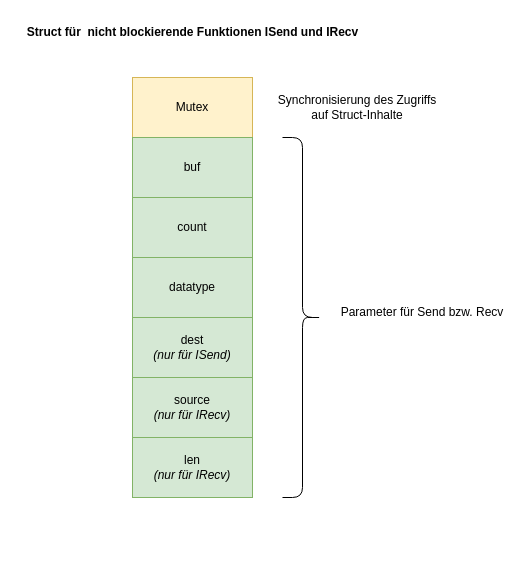
Earlier version of the draw.io diagram docs/Struct_ISend_IRecv.drawio (Thomas12141/Betriebssysteme_Praktikum). Source tidied: cells renumbered, new cells numbered last; positions are measured from the earlier drawing's top-left corner, leaving out a move shared by most shapes. Both pictures are drawn from the tidied source at 100%, with x=0, y=0 at pixel (17, 17).
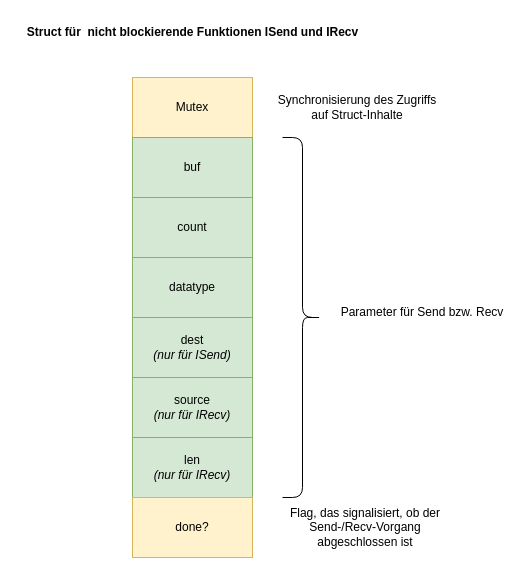
After the change.

Commit message (it also covers changes not shown here):
Update documentation for ISend-/IRecv-Struct

What changed in the source:
```diff
@@
 <mxGraphModel>
   <root>
     <mxCell id="0" />
     <mxCell id="1" parent="0" />
     <mxCell id="2" value="Mutex" style="rounded=0;whiteSpace=wrap;html=1;fillColor=#fff2cc;strokeColor=#d6b656;" parent="1" vertex="1">
       <mxGeometry x="115" y="60" width="120" height="60" as="geometry" />
     </mxCell>
     <mxCell id="3" value="buf" style="rounded=0;whiteSpace=wrap;html=1;fillColor=#d5e8d4;strokeColor=#82b366;" parent="1" vertex="1">
       <mxGeometry x="115" y="120" width="120" height="60" as="geometry" />
     </mxCell>
     <mxCell id="4" value="count" style="rounded=0;whiteSpace=wrap;html=1;fillColor=#d5e8d4;strokeColor=#82b366;" parent="1" vertex="1">
       <mxGeometry x="115" y="180" width="120" height="60" as="geometry" />
     </mxCell>
     <mxCell id="5" value="datatype" style="rounded=0;whiteSpace=wrap;html=1;fillColor=#d5e8d4;strokeColor=#82b366;" parent="1" vertex="1">
       <mxGeometry x="115" y="240" width="120" height="60" as="geometry" />
     </mxCell>
     <mxCell id="6" value="dest&lt;br&gt;&lt;i&gt;(nur für ISend)&lt;/i&gt;" style="rounded=0;whiteSpace=wrap;html=1;fillColor=#d5e8d4;strokeColor=#82b366;" parent="1" vertex="1">
       <mxGeometry x="115" y="300" width="120" height="60" as="geometry" />
     </mxCell>
     <mxCell id="7" value="source&lt;br&gt;&lt;i&gt;(nur für IRecv)&lt;/i&gt;" style="rounded=0;whiteSpace=wrap;html=1;fillColor=#d5e8d4;strokeColor=#82b366;" parent="1" vertex="1">
       <mxGeometry x="115" y="360" width="120" height="60" as="geometry" />
     </mxCell>
     <mxCell id="8" value="len&lt;br&gt;&lt;i&gt;(nur für IRecv)&lt;/i&gt;" style="rounded=0;whiteSpace=wrap;html=1;fillColor=#d5e8d4;strokeColor=#82b366;" parent="1" vertex="1">
       <mxGeometry x="115" y="420" width="120" height="60" as="geometry" />
     </mxCell>
     <mxCell id="9" style="shape=curlyBracket;whiteSpace=wrap;html=1;rounded=1;flipH=1;labelPosition=right;verticalLabelPosition=middle;align=left;verticalAlign=middle;" parent="1" vertex="1">
       <mxGeometry x="265" y="120" width="40" height="360" as="geometry" />
     </mxCell>
     <mxCell id="10" value="Synchronisierung des Zugriffs auf Struct-Inhalte" style="text;html=1;strokeColor=none;fillColor=none;align=center;verticalAlign=middle;whiteSpace=wrap;rounded=0;" parent="1" vertex="1">
       <mxGeometry x="250" y="75" width="180" height="30" as="geometry" />
     </mxCell>
     <mxCell id="11" value="Parameter für Send bzw. Recv" style="text;html=1;strokeColor=none;fillColor=none;align=center;verticalAlign=middle;whiteSpace=wrap;rounded=0;" parent="1" vertex="1">
       <mxGeometry x="315" y="280" width="180" height="30" as="geometry" />
     </mxCell>
     <mxCell id="12" value="&lt;b&gt;Struct für&amp;nbsp; nicht blockierende Funktionen ISend und IRecv&lt;/b&gt;" style="text;html=1;align=center;verticalAlign=middle;strokeColor=none;fillColor=none;" parent="1" vertex="1">
       <mxGeometry width="350" height="30" as="geometry" />
     </mxCell>
+    <mxCell id="13" value="done?" style="rounded=0;whiteSpace=wrap;html=1;fillColor=#fff2cc;strokeColor=#d6b656;" parent="1" vertex="1">
+      <mxGeometry x="115" y="480" width="120" height="60" as="geometry" />
+    </mxCell>
+    <mxCell id="14" value="Flag, das signalisiert, ob der Send-/Recv-Vorgang abgeschlossen ist" style="text;html=1;strokeColor=none;fillColor=none;align=center;verticalAlign=middle;whiteSpace=wrap;rounded=0;" parent="1" vertex="1">
+      <mxGeometry x="250" y="495" width="196" height="30" as="geometry" />
+    </mxCell>
   </root>
 </mxGraphModel>
```
